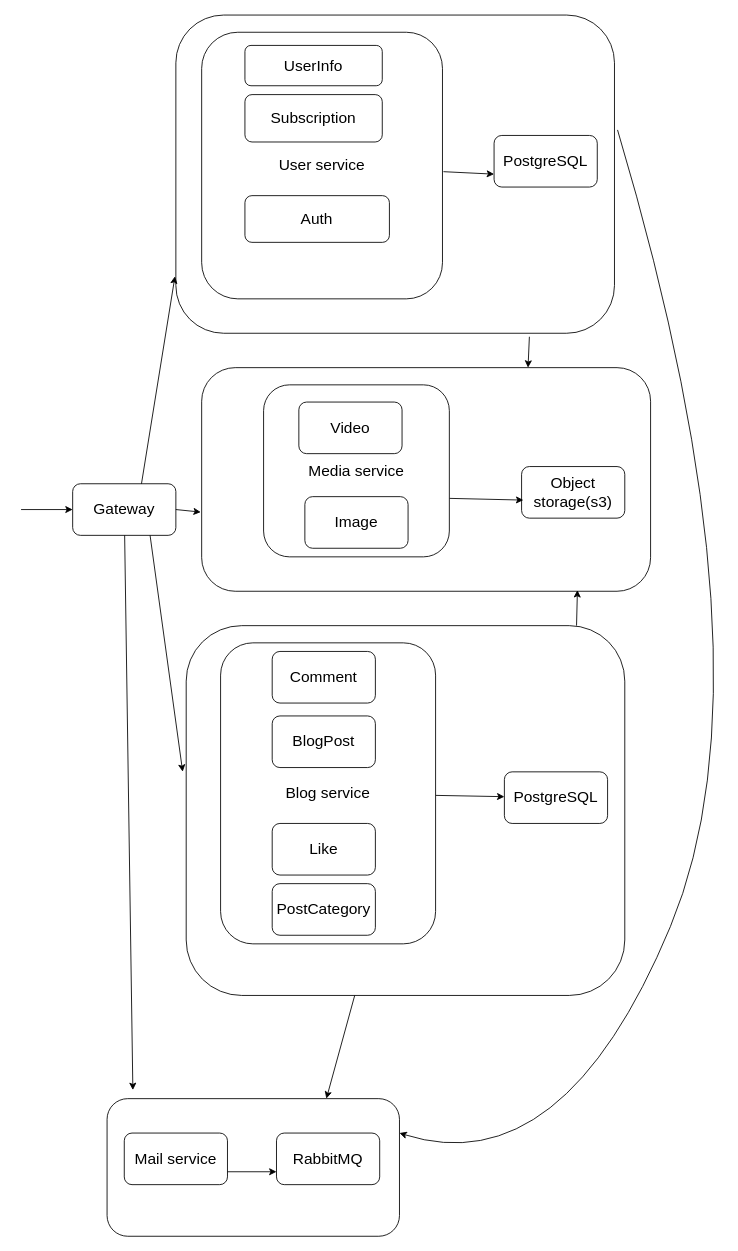
This is specification.drawio from htmlacademy-nestjs/2510587-readme-6, a draw.io file, before an edit. Source tidied: cells renumbered, new cells numbered last; positions are measured from the earlier drawing's top-left corner, leaving out a move shared by most shapes. Both pictures are drawn from the tidied source at 86%, with x=0, y=0 at pixel (21, 15).
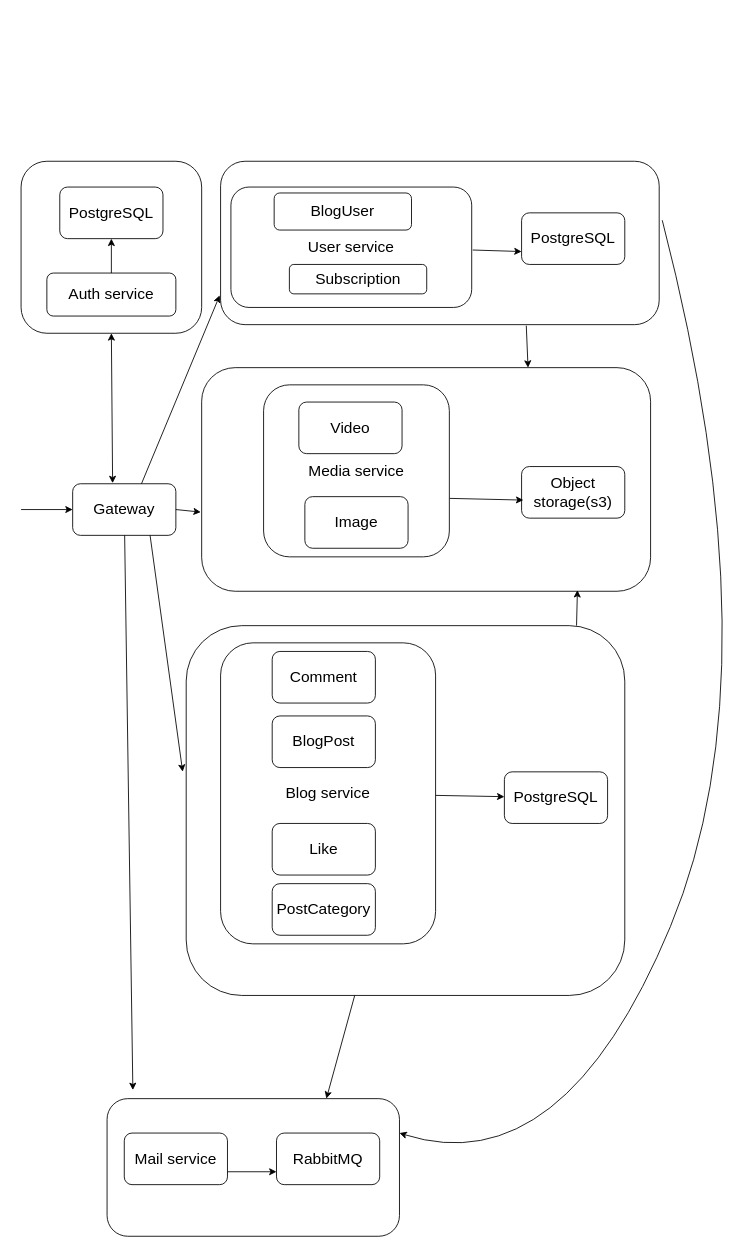
The same diagram, later.

The change refers to these unchanged cells:
```xml
<mxCell id="3" style="rounded=1;whiteSpace=wrap;html=1;" parent="1" vertex="1">
  <mxGeometry x="210" y="410" width="522" height="260" as="geometry" />
</mxCell>
<mxCell id="6" value="&lt;font style=&quot;font-size: 18px;&quot;&gt;Gateway&lt;/font&gt;" style="rounded=1;whiteSpace=wrap;html=1;" parent="1" vertex="1">
  <mxGeometry x="60" y="545" width="120" height="60" as="geometry" />
</mxCell>
```

The edit, as a diff of the source:
```diff
@@
+    <mxCell id="39" style="rounded=1;whiteSpace=wrap;html=1;" parent="1" vertex="1">
+      <mxGeometry y="170" width="210" height="200" as="geometry" />
+    </mxCell>
@@
     <mxCell id="4" style="rounded=1;whiteSpace=wrap;html=1;" parent="1" vertex="1">
-      <mxGeometry x="180" width="510" height="370" as="geometry" />
+      <mxGeometry x="232" y="170" width="510" height="190" as="geometry" />
     </mxCell>
@@
     <mxCell id="13" style="group;" parent="1" vertex="1">
-      <mxGeometry x="210" y="20" width="280" height="310" as="geometry" />
+      <mxGeometry x="244" y="200" width="280" height="140" as="geometry" />
     </mxCell>
     <mxCell id="14" value="&lt;font style=&quot;font-size: 18px;&quot;&gt;User service&lt;/font&gt;" style="rounded=1;whiteSpace=wrap;html=1;" parent="13" vertex="1">
-      <mxGeometry width="280" height="310" as="geometry" />
+      <mxGeometry width="280" height="140" as="geometry" />
     </mxCell>
-    <mxCell id="15" value="&lt;font style=&quot;font-size: 18px;&quot;&gt;UserInfo&lt;/font&gt;" style="rounded=1;whiteSpace=wrap;html=1;" parent="13" vertex="1">
-      <mxGeometry x="50.3" y="15.3" width="159.7" height="46.9" as="geometry" />
+    <mxCell id="15" value="&lt;font style=&quot;font-size: 18px;&quot;&gt;BlogUser&lt;/font&gt;" style="rounded=1;whiteSpace=wrap;html=1;" parent="13" vertex="1">
+      <mxGeometry x="50.3" y="6.9" width="159.7" height="43.1" as="geometry" />
     </mxCell>
     <mxCell id="16" value="&lt;font style=&quot;font-size: 18px;&quot;&gt;Subscription&lt;/font&gt;" style="rounded=1;whiteSpace=wrap;html=1;" parent="13" vertex="1">
-      <mxGeometry x="50.3" y="72.5" width="159.7" height="55.1" as="geometry" />
+      <mxGeometry x="68" y="90" width="159.7" height="34.2" as="geometry" />
     </mxCell>
-    <mxCell id="17" value="&lt;span style=&quot;font-size: 18px;&quot;&gt;Auth&lt;/span&gt;" style="rounded=1;whiteSpace=wrap;html=1;" parent="13" vertex="1">
-      <mxGeometry x="50.3" y="190" width="168" height="54.3" as="geometry" />
-    </mxCell>
@@
     <mxCell id="19" value="&lt;span style=&quot;font-size: 18px;&quot;&gt;PostgreSQL&lt;/span&gt;" style="rounded=1;whiteSpace=wrap;html=1;" parent="1" vertex="1">
-      <mxGeometry x="550" y="140" width="120" height="60" as="geometry" />
+      <mxGeometry x="582" y="230" width="120" height="60" as="geometry" />
     </mxCell>
@@
-    <mxCell id="37" style="endArrow=classic;html=1;rounded=0;exitX=0.806;exitY=1.011;exitDx=0;exitDy=0;exitPerimeter=0;entryX=0.727;entryY=0;entryDx=0;entryDy=0;entryPerimeter=0;" parent="1" edge="1" source="4" target="3">
+    <mxCell id="37" style="endArrow=classic;html=1;rounded=0;exitX=0.697;exitY=1.006;exitDx=0;exitDy=0;exitPerimeter=0;entryX=0.727;entryY=0;entryDx=0;entryDy=0;entryPerimeter=0;" parent="1" edge="1" source="4" target="3">
       <mxGeometry relative="1" as="geometry" />
     </mxCell>
@@
+    <mxCell id="40" value="&lt;span style=&quot;font-size: 18px;&quot;&gt;Auth service&lt;/span&gt;" style="rounded=1;whiteSpace=wrap;html=1;" parent="1" vertex="1">
+      <mxGeometry x="30" y="300" width="150" height="50" as="geometry" />
+    </mxCell>
+    <mxCell id="41" style="endArrow=classic;startArrow=classic;html=1;rounded=0;exitX=0.387;exitY=-0.012;exitDx=0;exitDy=0;exitPerimeter=0;entryX=0.5;entryY=1;entryDx=0;entryDy=0;" parent="1" edge="1" source="6" target="39">
+      <mxGeometry relative="1" as="geometry" />
+    </mxCell>
+    <mxCell id="42" value="&lt;span style=&quot;font-size: 18px;&quot;&gt;PostgreSQL&lt;/span&gt;" style="rounded=1;whiteSpace=wrap;html=1;" parent="1" vertex="1">
+      <mxGeometry x="45" y="200" width="120" height="60" as="geometry" />
+    </mxCell>
+    <mxCell id="43" style="endArrow=classic;html=1;rounded=0;entryX=0.5;entryY=1;entryDx=0;entryDy=0;exitX=0.5;exitY=0;exitDx=0;exitDy=0;" parent="1" edge="1" source="40" target="42">
+      <mxGeometry relative="1" as="geometry" />
+    </mxCell>
```
